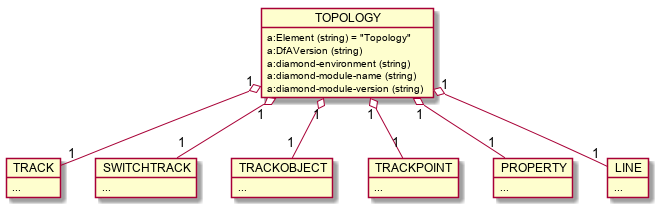
The PlantUML diagram images/generated/rcmdx_topology_group.png in OpenRailAssociation/rcm-dx, before a commit.
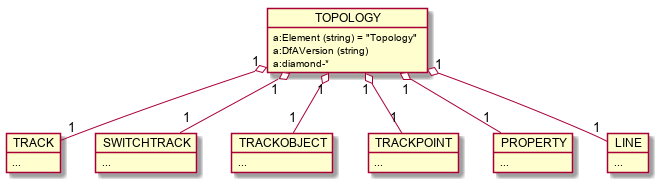
The same diagram one commit later.

The edit, as a diff of the source:
```diff
@@ -2,9 +2,7 @@
   object TOPOLOGY {
     a:Element (string) = "Topology"
     a:DfAVersion (string)
-    a:diamond-environment (string)
-    a:diamond-module-name (string)
-    a:diamond-module-version (string)
+    a:diamond-*
   }
 
   object TRACK {
```
